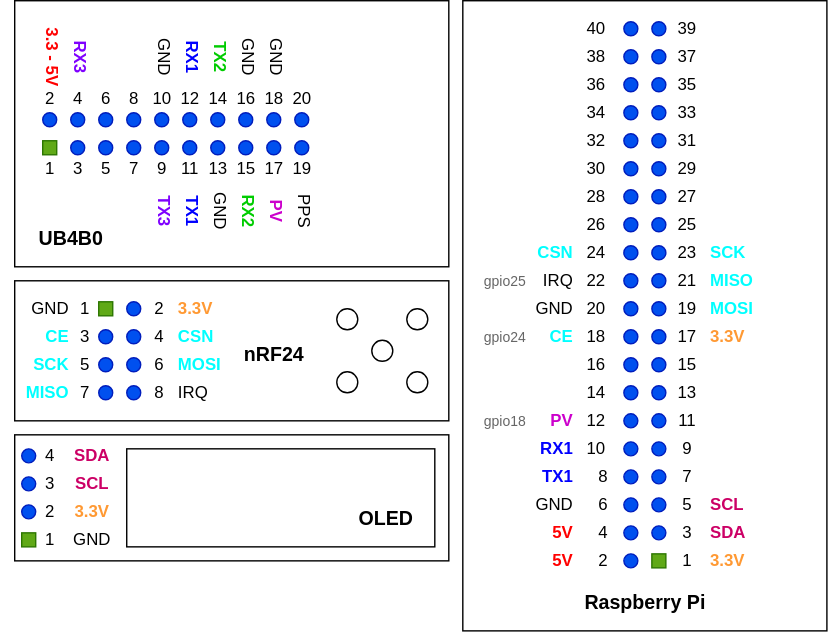
This is docs/design/base-wiring.drawio.svg from mfkiwl/lidar-mapping-poc, a draw.io export, as it was before one commit. Source tidied: cells renumbered, new cells last; positions are measured from the earlier drawing's top-left corner, leaving out a move shared by most shapes.
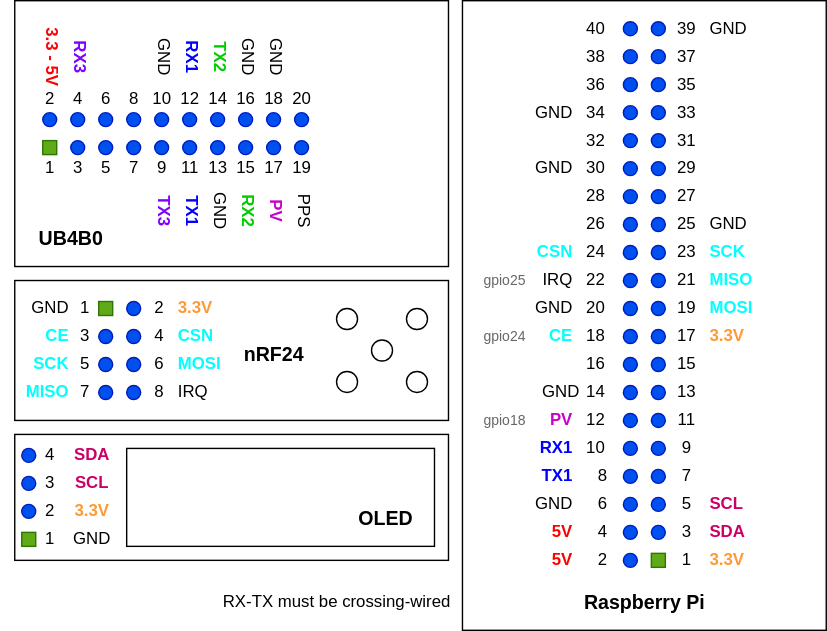
The same file after the commit.

The edit, as a diff of the source:
```diff
@@ -617,5 +617,23 @@
     <mxCell id="206" value="GND" style="text;html=1;align=center;verticalAlign=middle;strokeColor=none;rotation=90;" parent="1" vertex="1">
       <mxGeometry x="177" y="30" width="40" height="20" as="geometry" />
     </mxCell>
+    <mxCell id="207" value="GND" style="text;html=1;align=right;verticalAlign=middle;strokeColor=none;" parent="1" vertex="1">
+      <mxGeometry x="375" y="270" width="40" height="20" as="geometry" />
+    </mxCell>
+    <mxCell id="208" value="GND" style="text;html=1;align=right;verticalAlign=middle;strokeColor=none;" parent="1" vertex="1">
+      <mxGeometry x="370" y="110" width="40" height="20" as="geometry" />
+    </mxCell>
+    <mxCell id="209" value="GND" style="text;html=1;align=right;verticalAlign=middle;strokeColor=none;" parent="1" vertex="1">
+      <mxGeometry x="370" y="70" width="40" height="20" as="geometry" />
+    </mxCell>
+    <mxCell id="210" value="GND" style="text;html=1;align=left;verticalAlign=middle;strokeColor=none;" parent="1" vertex="1">
+      <mxGeometry x="505" y="150" width="40" height="20" as="geometry" />
+    </mxCell>
+    <mxCell id="211" value="GND" style="text;html=1;align=left;verticalAlign=middle;strokeColor=none;" parent="1" vertex="1">
+      <mxGeometry x="505" y="10" width="40" height="20" as="geometry" />
+    </mxCell>
+    <mxCell id="212" value="RX-TX must be crossing-wired" style="text;html=1;align=center;verticalAlign=middle;strokeColor=none;" parent="1" vertex="1">
+      <mxGeometry x="150" y="420" width="180" height="20" as="geometry" />
+    </mxCell>
   </root>
 </mxGraphModel>
```
